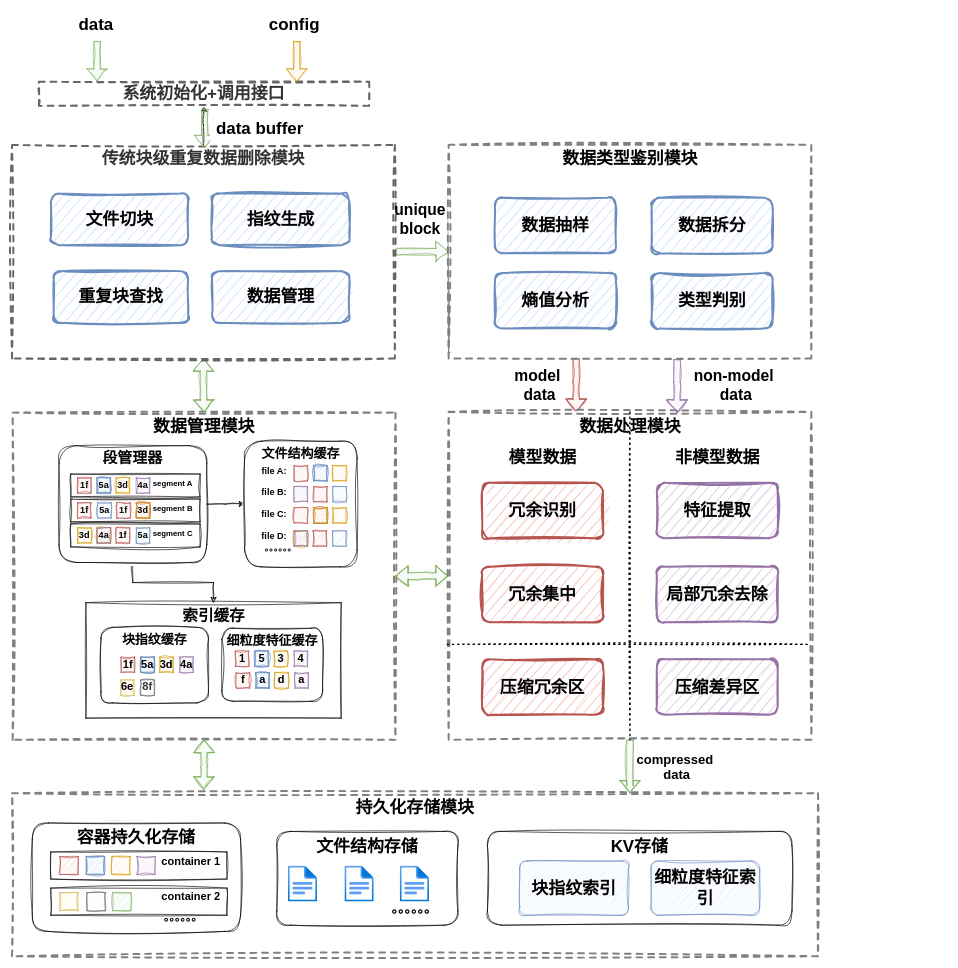
Before: figures/0304细粒度冗余识别的数据缩减系统总体架构.drawio in lucky6six/SJTU-lz, a draw.io diagram. Source tidied: cells renumbered, new cells numbered last; positions are measured from the earlier drawing's top-left corner, leaving out a move shared by most shapes. Both pictures are drawn from the tidied source at 65%, with x=0, y=0 at pixel (12, 11).
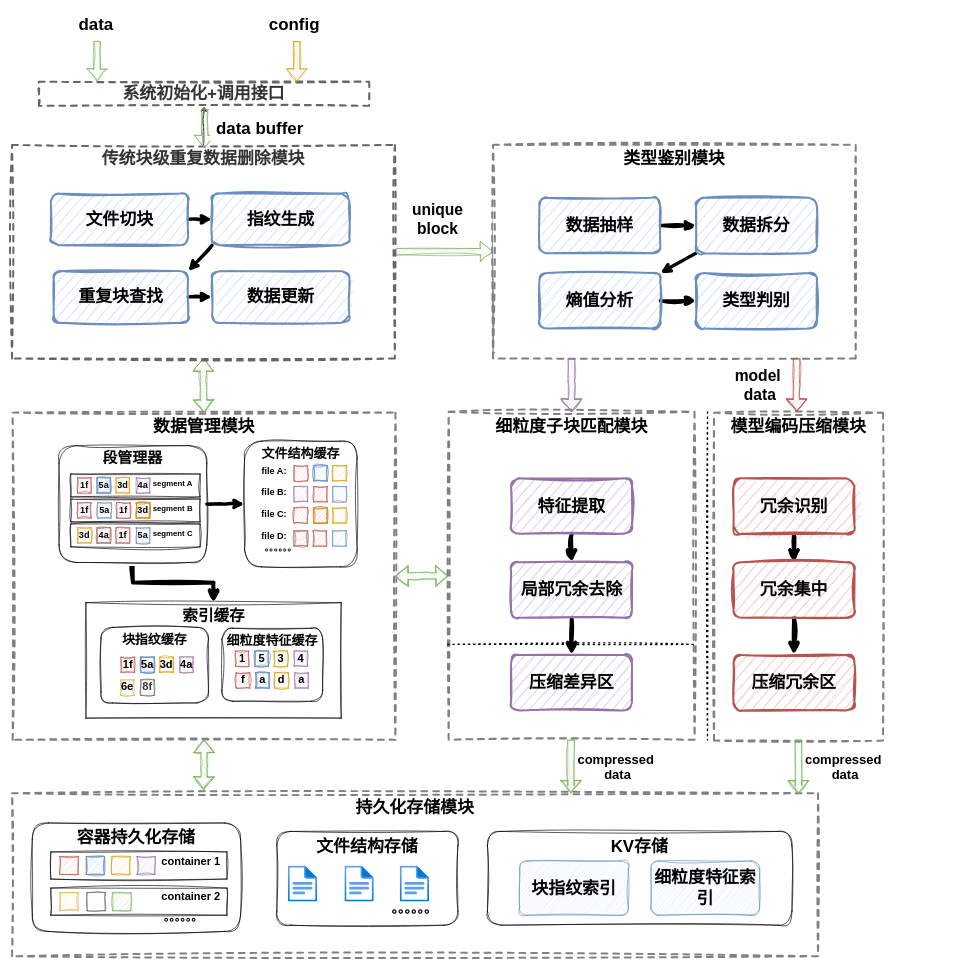
Above is the later version.

Unchanged cells that the change refers to:
```xml
<mxCell id="4" value="索引缓存&lt;div&gt;&lt;br&gt;&lt;/div&gt;" style="rounded=0;whiteSpace=wrap;html=1;verticalAlign=top;fontSize=24;fontStyle=1;sketch=1;curveFitting=1;jiggle=2;" parent="2" vertex="1">
  <mxGeometry x="113.7" y="909.7" width="392.7" height="177.6" as="geometry" />
</mxCell>
<mxCell id="6" value="段管理器" style="rounded=1;whiteSpace=wrap;html=1;verticalAlign=top;fontSize=23;fontStyle=1;sketch=1;curveFitting=1;jiggle=2;" parent="2" vertex="1">
  <mxGeometry x="72.3" y="668.1" width="227.3" height="179.8" as="geometry" />
</mxCell>
<mxCell id="48" value="文件结构缓存" style="rounded=1;whiteSpace=wrap;html=1;verticalAlign=top;fillColor=#FFFFFF;strokeColor=#000000;fontSize=20;fontStyle=1;sketch=1;curveFitting=1;jiggle=2;" parent="2" vertex="1">
  <mxGeometry x="357.8" y="661.3" width="173.1" height="193.3" as="geometry" />
</mxCell>
<mxCell id="73" value="指纹生成" style="rounded=1;whiteSpace=wrap;html=1;fillColor=#dae8fc;strokeColor=#6c8ebf;fillStyle=auto;strokeWidth=3;fontSize=26;fontStyle=1;sketch=1;curveFitting=1;jiggle=2;" parent="2" vertex="1">
  <mxGeometry x="307.7" y="280.3" width="211.2" height="79.5" as="geometry" />
</mxCell>
<mxCell id="74" value="重复块查找" style="rounded=1;whiteSpace=wrap;html=1;fillColor=#dae8fc;strokeColor=#6c8ebf;fillStyle=auto;strokeWidth=3;fontSize=26;fontStyle=1;sketch=1;curveFitting=1;jiggle=2;" parent="2" vertex="1">
  <mxGeometry x="64.1" y="399.6" width="206.9" height="79.5" as="geometry" />
</mxCell>
<mxCell id="75" value="文件切块" style="rounded=1;whiteSpace=wrap;html=1;fillColor=#dae8fc;strokeColor=#6c8ebf;fillStyle=auto;strokeWidth=3;fontSize=26;fontStyle=1;sketch=1;curveFitting=1;jiggle=2;" parent="2" vertex="1">
  <mxGeometry x="59.7" y="280.3" width="211.2" height="79.5" as="geometry" />
</mxCell>
<mxCell id="95" value="持久化存储模块" style="rounded=0;whiteSpace=wrap;html=1;verticalAlign=top;dashed=1;fontSize=26;fontStyle=1;strokeWidth=3;strokeColor=#808080;sketch=1;curveFitting=1;jiggle=2;" parent="2" vertex="1">
  <mxGeometry y="1202.9" width="1240" height="250.8" as="geometry" />
</mxCell>
```

Diff of the diagram source:
```diff
@@
     <mxCell id="2" style="group;sketch=1;curveFitting=1;jiggle=2;" parent="1" vertex="1">
-      <mxGeometry width="1240" height="1453.8" as="geometry" />
+      <mxGeometry width="1438.3" height="1453.8" as="geometry" />
     </mxCell>
+    <mxCell id="134" value="模型编码压缩模块" style="rounded=0;whiteSpace=wrap;html=1;verticalAlign=top;fillColor=#FFFFFF;strokeColor=#808080;strokeWidth=3;fontSize=26;fontStyle=1;dashed=1;sketch=1;curveFitting=1;jiggle=2;" parent="2" vertex="1">
+      <mxGeometry x="1080" y="617.3" width="260" height="504.6" as="geometry" />
+    </mxCell>
@@
-    <mxCell id="5" style="edgeStyle=orthogonalEdgeStyle;rounded=0;jettySize=auto;html=1;exitX=0.5;exitY=1;exitDx=0;exitDy=0;entryX=0.5;entryY=0;entryDx=0;entryDy=0;fontSize=20;fontStyle=1;sketch=1;curveFitting=1;jiggle=2;" parent="2" edge="1" source="6" target="4">
+    <mxCell id="5" style="edgeStyle=orthogonalEdgeStyle;rounded=0;jettySize=auto;html=1;exitX=0.5;exitY=1;exitDx=0;exitDy=0;entryX=0.5;entryY=0;entryDx=0;entryDy=0;fontSize=20;fontStyle=1;sketch=1;curveFitting=1;jiggle=2;strokeWidth=6;" parent="2" edge="1" source="6" target="4">
       <mxGeometry relative="1" as="geometry" />
     </mxCell>
@@
-    <mxCell id="22" style="edgeStyle=orthogonalEdgeStyle;rounded=0;jettySize=auto;html=1;entryX=0;entryY=0.5;entryDx=0;entryDy=0;exitX=1;exitY=0.5;exitDx=0;exitDy=0;sketch=1;curveFitting=1;jiggle=2;" parent="2" edge="1" source="6" target="48">
+    <mxCell id="22" style="edgeStyle=orthogonalEdgeStyle;rounded=0;jettySize=auto;html=1;entryX=0;entryY=0.5;entryDx=0;entryDy=0;exitX=1;exitY=0.5;exitDx=0;exitDy=0;sketch=1;curveFitting=1;jiggle=2;strokeWidth=5;" parent="2" edge="1" source="6" target="48">
       <mxGeometry relative="1" as="geometry" />
     </mxCell>
@@
+    <mxCell id="135" style="rounded=0;jettySize=auto;html=1;exitX=0;exitY=1;exitDx=0;exitDy=0;entryX=1;entryY=0;entryDx=0;entryDy=0;strokeWidth=5;sketch=1;curveFitting=1;jiggle=2;" parent="2" edge="1" source="73" target="74">
+      <mxGeometry relative="1" as="geometry" />
+    </mxCell>
@@
+    <mxCell id="136" style="edgeStyle=orthogonalEdgeStyle;rounded=0;jettySize=auto;html=1;exitX=1;exitY=0.5;exitDx=0;exitDy=0;entryX=0;entryY=0.5;entryDx=0;entryDy=0;strokeWidth=5;sketch=1;curveFitting=1;jiggle=2;" parent="2" edge="1" source="74" target="76">
+      <mxGeometry relative="1" as="geometry" />
+    </mxCell>
@@
+    <mxCell id="137" style="edgeStyle=orthogonalEdgeStyle;rounded=0;jettySize=auto;html=1;exitX=1;exitY=0.5;exitDx=0;exitDy=0;entryX=0;entryY=0.5;entryDx=0;entryDy=0;strokeWidth=5;sketch=1;curveFitting=1;jiggle=2;" parent="2" edge="1" source="75" target="73">
+      <mxGeometry relative="1" as="geometry" />
+    </mxCell>
@@
-    <mxCell id="76" value="数据管理" style="rounded=1;whiteSpace=wrap;html=1;fillColor=#dae8fc;strokeColor=#6c8ebf;fillStyle=auto;strokeWidth=3;fontSize=26;fontStyle=1;sketch=1;curveFitting=1;jiggle=2;" parent="2" vertex="1">
+    <mxCell id="76" value="数据更新" style="rounded=1;whiteSpace=wrap;html=1;fillColor=#dae8fc;strokeColor=#6c8ebf;fillStyle=auto;strokeWidth=3;fontSize=26;fontStyle=1;sketch=1;curveFitting=1;jiggle=2;" parent="2" vertex="1">
       <mxGeometry x="307.7" y="399.6" width="211.2" height="79.5" as="geometry" />
     </mxCell>
     <mxCell id="77" style="group;strokeColor=#808080;fontSize=26;fontStyle=1;dashed=1;dashPattern=1 1;fillColor=default;strokeWidth=2;sketch=1;curveFitting=1;jiggle=2;" parent="2" vertex="1">
-      <mxGeometry x="671.7" y="219.5" width="558" height="305.1" as="geometry" />
+      <mxGeometry x="740" y="219.5" width="558" height="305.1" as="geometry" />
     </mxCell>
@@
-    <mxCell id="79" style="edgeStyle=orthogonalEdgeStyle;rounded=0;jettySize=auto;html=1;shape=flexArrow;fontSize=26;fontStyle=1;fillColor=#f8cecc;strokeColor=#b85450;sketch=1;curveFitting=1;jiggle=2;" parent="2" edge="1" source="80" target="87">
-      <mxGeometry relative="1" as="geometry">
-        <Array as="points">
-          <mxPoint x="868" y="569.2" />
-          <mxPoint x="868" y="569.2" />
-        </Array>
-      </mxGeometry>
-    </mxCell>
-    <mxCell id="80" value="&lt;font&gt;&lt;span&gt;数据类型鉴别模块&lt;/span&gt;&lt;/font&gt;" style="rounded=0;whiteSpace=wrap;html=1;verticalAlign=top;fillColor=#FFFFFF;strokeColor=#808080;strokeWidth=3;fontSize=26;fontStyle=1;dashed=1;sketch=1;curveFitting=1;jiggle=2;" parent="2" vertex="1">
-      <mxGeometry x="671.7" y="205.4" width="558" height="328.6" as="geometry" />
+    <mxCell id="80" value="&lt;font&gt;&lt;span&gt;类型鉴别模块&lt;/span&gt;&lt;/font&gt;" style="rounded=0;whiteSpace=wrap;html=1;verticalAlign=top;fillColor=#FFFFFF;strokeColor=#808080;strokeWidth=3;fontSize=26;fontStyle=1;dashed=1;sketch=1;curveFitting=1;jiggle=2;" parent="2" vertex="1">
+      <mxGeometry x="740" y="205.4" width="558" height="328.6" as="geometry" />
     </mxCell>
+    <mxCell id="138" style="edgeStyle=orthogonalEdgeStyle;rounded=0;jettySize=auto;html=1;exitX=1;exitY=0.5;exitDx=0;exitDy=0;entryX=0;entryY=0.5;entryDx=0;entryDy=0;strokeWidth=5;sketch=1;curveFitting=1;jiggle=2;" parent="2" edge="1" source="81" target="82">
+      <mxGeometry relative="1" as="geometry" />
+    </mxCell>
     <mxCell id="81" value="数据抽样" style="rounded=1;whiteSpace=wrap;html=1;fillColor=#dae8fc;strokeColor=#6c8ebf;strokeWidth=3;fontSize=26;fontStyle=1;sketch=1;curveFitting=1;jiggle=2;" parent="2" vertex="1">
-      <mxGeometry x="743" y="286.6" width="186" height="85.4" as="geometry" />
+      <mxGeometry x="811.3" y="286.6" width="186" height="85.4" as="geometry" />
     </mxCell>
+    <mxCell id="139" style="rounded=0;jettySize=auto;html=1;exitX=0;exitY=1;exitDx=0;exitDy=0;entryX=1;entryY=0;entryDx=0;entryDy=0;strokeWidth=5;sketch=1;curveFitting=1;jiggle=2;" parent="2" edge="1" source="82" target="83">
+      <mxGeometry relative="1" as="geometry" />
+    </mxCell>
     <mxCell id="82" value="数据拆分" style="rounded=1;whiteSpace=wrap;html=1;fillColor=#dae8fc;strokeColor=#6c8ebf;strokeWidth=3;fontSize=26;fontStyle=1;sketch=1;curveFitting=1;jiggle=2;" parent="2" vertex="1">
-      <mxGeometry x="984" y="286.6" width="186" height="85.4" as="geometry" />
+      <mxGeometry x="1052.3" y="286.6" width="186" height="85.4" as="geometry" />
     </mxCell>
+    <mxCell id="140" style="edgeStyle=orthogonalEdgeStyle;rounded=0;jettySize=auto;html=1;exitX=1;exitY=0.5;exitDx=0;exitDy=0;entryX=0;entryY=0.5;entryDx=0;entryDy=0;strokeWidth=5;sketch=1;curveFitting=1;jiggle=2;" parent="2" edge="1" source="83" target="84">
+      <mxGeometry relative="1" as="geometry" />
+    </mxCell>
     <mxCell id="83" value="熵值分析" style="rounded=1;whiteSpace=wrap;html=1;fillColor=#dae8fc;strokeColor=#6c8ebf;strokeWidth=3;fontSize=26;fontStyle=1;sketch=1;curveFitting=1;jiggle=2;" parent="2" vertex="1">
-      <mxGeometry x="743" y="402.5" width="186" height="85.4" as="geometry" />
+      <mxGeometry x="811.3" y="402.5" width="186" height="85.4" as="geometry" />
     </mxCell>
     <mxCell id="84" value="类型判别" style="rounded=1;whiteSpace=wrap;html=1;fillColor=#dae8fc;strokeColor=#6c8ebf;strokeWidth=3;fontSize=26;fontStyle=1;sketch=1;curveFitting=1;jiggle=2;" parent="2" vertex="1">
-      <mxGeometry x="984" y="402.5" width="186" height="85.4" as="geometry" />
+      <mxGeometry x="1052.3" y="402.5" width="186" height="85.4" as="geometry" />
     </mxCell>
@@
-    <mxCell id="86" style="edgeStyle=orthogonalEdgeStyle;rounded=0;jettySize=auto;html=1;shape=flexArrow;fontSize=26;fontStyle=1;fillColor=#d5e8d4;strokeColor=#82b366;sketch=1;curveFitting=1;jiggle=2;" parent="2" edge="1" source="87" target="95">
+    <mxCell id="86" style="edgeStyle=orthogonalEdgeStyle;rounded=0;orthogonalLoop=1;jettySize=auto;html=1;shape=flexArrow;fontSize=26;fontStyle=1;fillColor=#d5e8d4;strokeColor=#82b366;sketch=1;curveFitting=1;jiggle=2;" parent="2" edge="1">
       <mxGeometry relative="1" as="geometry">
+        <mxPoint x="860" y="1120.8" as="sourcePoint" />
+        <mxPoint x="860" y="1202.9" as="targetPoint" />
         <Array as="points">
-          <mxPoint x="950.7" y="1191.2" />
-          <mxPoint x="950.7" y="1191.2" />
+          <mxPoint x="860" y="1191.2" />
+          <mxPoint x="860" y="1191.2" />
         </Array>
       </mxGeometry>
     </mxCell>
-    <mxCell id="87" value="数据处理模块" style="rounded=0;whiteSpace=wrap;html=1;verticalAlign=top;fillColor=#FFFFFF;strokeColor=#808080;strokeWidth=3;fontSize=26;fontStyle=1;dashed=1;sketch=1;curveFitting=1;jiggle=2;" parent="2" vertex="1">
-      <mxGeometry x="671.7" y="616.1" width="558" height="504.6" as="geometry" />
+    <mxCell id="87" value="细粒度子块匹配模块" style="rounded=0;whiteSpace=wrap;html=1;verticalAlign=top;fillColor=#FFFFFF;strokeColor=#808080;strokeWidth=3;fontSize=26;fontStyle=1;dashed=1;sketch=1;curveFitting=1;jiggle=2;" parent="2" vertex="1">
+      <mxGeometry x="671.7" y="616.1" width="378.3" height="504.6" as="geometry" />
     </mxCell>
@@
-    <mxCell id="119" style="endArrow=none;dashed=1;html=1;dashPattern=1 3;strokeWidth=2;rounded=0;fontFamily=Helvetica;fontSize=26;fontColor=default;fontStyle=1;entryX=0.5;entryY=1;entryDx=0;entryDy=0;exitX=0.5;exitY=0;exitDx=0;exitDy=0;sketch=1;curveFitting=1;jiggle=2;" parent="2" edge="1" source="87" target="87">
-      <mxGeometry relative="1" as="geometry" />
+    <mxCell id="119" style="endArrow=none;dashed=1;html=1;dashPattern=1 3;strokeWidth=2;rounded=0;fontFamily=Helvetica;fontSize=26;fontColor=default;fontStyle=1;entryX=0.5;entryY=1;entryDx=0;entryDy=0;exitX=0.5;exitY=0;exitDx=0;exitDy=0;sketch=1;curveFitting=1;jiggle=2;" parent="2" edge="1">
+      <mxGeometry relative="1" as="geometry">
+        <mxPoint x="1070" y="616.1" as="sourcePoint" />
+        <mxPoint x="1070" y="1120.8" as="targetPoint" />
+      </mxGeometry>
     </mxCell>
-    <mxCell id="120" value="模型数据" style="text;html=1;whiteSpace=wrap;strokeColor=none;fillColor=none;align=center;verticalAlign=middle;rounded=0;fontFamily=Helvetica;fontSize=26;fontColor=default;fontStyle=1;sketch=1;curveFitting=1;jiggle=2;" parent="2" vertex="1">
-      <mxGeometry x="752.8" y="668.1" width="127.1" height="35.2" as="geometry" />
-    </mxCell>
-    <mxCell id="121" value="非模型数据" style="text;html=1;whiteSpace=wrap;strokeColor=none;fillColor=none;align=center;verticalAlign=middle;rounded=0;fontFamily=Helvetica;fontSize=26;fontColor=default;fontStyle=1;sketch=1;curveFitting=1;jiggle=2;" parent="2" vertex="1">
-      <mxGeometry x="1007.5" y="668.1" width="155" height="35.2" as="geometry" />
-    </mxCell>
+    <mxCell id="128" style="endArrow=none;dashed=1;html=1;dashPattern=1 3;strokeWidth=2;rounded=0;fontFamily=Helvetica;fontSize=26;fontColor=default;fontStyle=1;entryX=0.996;entryY=0.709;entryDx=0;entryDy=0;exitX=-0.004;exitY=0.709;exitDx=0;exitDy=0;exitPerimeter=0;entryPerimeter=0;sketch=1;curveFitting=1;jiggle=2;" parent="2" edge="1" source="87" target="87">
+      <mxGeometry relative="1" as="geometry" />
+    </mxCell>
+    <mxCell id="129" value="unique&lt;br&gt;block" style="text;html=1;whiteSpace=wrap;strokeColor=none;fillColor=none;align=center;verticalAlign=middle;rounded=0;fontFamily=Helvetica;fontSize=24;fontColor=default;fontStyle=1;sketch=1;curveFitting=1;jiggle=2;" parent="2" vertex="1">
+      <mxGeometry x="624.1" y="302.5" width="62" height="35.2" as="geometry" />
+    </mxCell>
+    <mxCell id="132" style="edgeStyle=orthogonalEdgeStyle;rounded=0;orthogonalLoop=1;jettySize=auto;html=1;shape=flexArrow;fontSize=26;fontStyle=1;fillColor=#e1d5e7;strokeColor=#9673a6;sketch=1;curveFitting=1;jiggle=2;" parent="2" edge="1">
+      <mxGeometry relative="1" as="geometry">
+        <mxPoint x="860.5" y="534" as="sourcePoint" />
+        <mxPoint x="860.5" y="616.1" as="targetPoint" />
+        <Array as="points">
+          <mxPoint x="860.5" y="569.2" />
+          <mxPoint x="860.5" y="569.2" />
+        </Array>
+      </mxGeometry>
+    </mxCell>
+    <mxCell id="133" value="compressed&amp;nbsp;&lt;br&gt;data" style="text;html=1;whiteSpace=wrap;strokeColor=none;fillColor=none;align=center;verticalAlign=middle;rounded=0;fontFamily=Helvetica;fontSize=20;fontColor=default;fontStyle=1;sketch=1;curveFitting=1;jiggle=2;" parent="2" vertex="1">
+      <mxGeometry x="870.3" y="1144.2" width="124" height="35.2" as="geometry" />
+    </mxCell>
+    <mxCell id="141" style="edgeStyle=orthogonalEdgeStyle;rounded=0;jettySize=auto;html=1;exitX=0.5;exitY=1;exitDx=0;exitDy=0;entryX=0.5;entryY=0;entryDx=0;entryDy=0;strokeWidth=6;sketch=1;curveFitting=1;jiggle=2;" parent="2" edge="1" source="125" target="126">
+      <mxGeometry relative="1" as="geometry" />
+    </mxCell>
+    <mxCell id="125" value="特征提取" style="rounded=1;whiteSpace=wrap;html=1;fillColor=#e1d5e7;strokeColor=#9673a6;strokeWidth=3;fontSize=26;fontStyle=1;sketch=1;curveFitting=1;jiggle=2;" parent="2" vertex="1">
+      <mxGeometry x="767.8" y="718.4" width="186" height="85.4" as="geometry" />
+    </mxCell>
+    <mxCell id="142" style="edgeStyle=orthogonalEdgeStyle;rounded=0;jettySize=auto;html=1;exitX=0.5;exitY=1;exitDx=0;exitDy=0;entryX=0.5;entryY=0;entryDx=0;entryDy=0;strokeWidth=6;sketch=1;curveFitting=1;jiggle=2;" parent="2" edge="1" source="126" target="127">
+      <mxGeometry relative="1" as="geometry" />
+    </mxCell>
+    <mxCell id="126" value="局部冗余去除" style="rounded=1;whiteSpace=wrap;html=1;fillColor=#e1d5e7;strokeColor=#9673a6;strokeWidth=3;fontSize=26;fontStyle=1;sketch=1;curveFitting=1;jiggle=2;" parent="2" vertex="1">
+      <mxGeometry x="767.8" y="847.6" width="186" height="85.4" as="geometry" />
+    </mxCell>
+    <mxCell id="127" value="压缩差异区" style="rounded=1;whiteSpace=wrap;html=1;fillColor=#e1d5e7;strokeColor=#9673a6;strokeWidth=3;fontSize=26;fontStyle=1;sketch=1;curveFitting=1;jiggle=2;" parent="2" vertex="1">
+      <mxGeometry x="767.8" y="990.1" width="186" height="85.4" as="geometry" />
+    </mxCell>
+    <mxCell id="143" style="edgeStyle=orthogonalEdgeStyle;rounded=0;orthogonalLoop=1;jettySize=auto;html=1;shape=flexArrow;fontSize=26;fontStyle=1;fillColor=#f8cecc;strokeColor=#b85450;sketch=1;curveFitting=1;jiggle=2;" parent="2" edge="1">
+      <mxGeometry relative="1" as="geometry">
+        <mxPoint x="1207" y="534.1" as="sourcePoint" />
+        <mxPoint x="1207" y="616.1" as="targetPoint" />
+        <Array as="points">
+          <mxPoint x="1207" y="569.3" />
+          <mxPoint x="1207" y="569.3" />
+        </Array>
+      </mxGeometry>
+    </mxCell>
+    <mxCell id="130" value="model&amp;nbsp;&lt;br&gt;data" style="text;html=1;whiteSpace=wrap;strokeColor=none;fillColor=none;align=center;verticalAlign=middle;rounded=0;fontFamily=Helvetica;fontSize=24;fontColor=default;fontStyle=1;sketch=1;curveFitting=1;jiggle=2;" parent="2" vertex="1">
+      <mxGeometry x="1120" y="557.6" width="62" height="35.2" as="geometry" />
+    </mxCell>
+    <mxCell id="144" style="edgeStyle=orthogonalEdgeStyle;rounded=0;jettySize=auto;html=1;exitX=0.5;exitY=1;exitDx=0;exitDy=0;entryX=0.5;entryY=0;entryDx=0;entryDy=0;strokeWidth=6;sketch=1;curveFitting=1;jiggle=2;" parent="2" edge="1" source="122" target="123">
+      <mxGeometry relative="1" as="geometry" />
+    </mxCell>
     <mxCell id="122" value="冗余识别" style="rounded=1;whiteSpace=wrap;html=1;fillColor=#f8cecc;strokeColor=#b85450;strokeWidth=3;fontSize=26;fontStyle=1;sketch=1;curveFitting=1;jiggle=2;" parent="2" vertex="1">
-      <mxGeometry x="723.3" y="725.1" width="186" height="85.4" as="geometry" />
+      <mxGeometry x="1110" y="718.4" width="186" height="85.4" as="geometry" />
     </mxCell>
+    <mxCell id="145" style="edgeStyle=orthogonalEdgeStyle;rounded=0;jettySize=auto;html=1;exitX=0.5;exitY=1;exitDx=0;exitDy=0;entryX=0.5;entryY=0;entryDx=0;entryDy=0;strokeWidth=6;sketch=1;curveFitting=1;jiggle=2;" parent="2" edge="1" source="123" target="124">
+      <mxGeometry relative="1" as="geometry" />
+    </mxCell>
     <mxCell id="123" value="冗余集中" style="rounded=1;whiteSpace=wrap;html=1;fillColor=#f8cecc;strokeColor=#b85450;strokeWidth=3;fontSize=26;fontStyle=1;sketch=1;curveFitting=1;jiggle=2;" parent="2" vertex="1">
-      <mxGeometry x="723.3" y="854.4" width="186" height="85.4" as="geometry" />
+      <mxGeometry x="1110" y="847.6" width="186" height="85.4" as="geometry" />
     </mxCell>
     <mxCell id="124" value="压缩冗余区" style="rounded=1;whiteSpace=wrap;html=1;fillColor=#f8cecc;strokeColor=#b85450;strokeWidth=3;fontSize=26;fontStyle=1;sketch=1;curveFitting=1;jiggle=2;" parent="2" vertex="1">
-      <mxGeometry x="723.3" y="996.8" width="186" height="85.4" as="geometry" />
+      <mxGeometry x="1110" y="990.1" width="186" height="85.4" as="geometry" />
     </mxCell>
-    <mxCell id="125" value="特征提取" style="rounded=1;whiteSpace=wrap;html=1;fillColor=#e1d5e7;strokeColor=#9673a6;strokeWidth=3;fontSize=26;fontStyle=1;sketch=1;curveFitting=1;jiggle=2;" parent="2" vertex="1">
-      <mxGeometry x="992" y="725.1" width="186" height="85.4" as="geometry" />
-    </mxCell>
-    <mxCell id="126" value="局部冗余去除" style="rounded=1;whiteSpace=wrap;html=1;fillColor=#e1d5e7;strokeColor=#9673a6;strokeWidth=3;fontSize=26;fontStyle=1;sketch=1;curveFitting=1;jiggle=2;" parent="2" vertex="1">
-      <mxGeometry x="992" y="854.4" width="186" height="85.4" as="geometry" />
-    </mxCell>
-    <mxCell id="127" value="压缩差异区" style="rounded=1;whiteSpace=wrap;html=1;fillColor=#e1d5e7;strokeColor=#9673a6;strokeWidth=3;fontSize=26;fontStyle=1;sketch=1;curveFitting=1;jiggle=2;" parent="2" vertex="1">
-      <mxGeometry x="992" y="996.8" width="186" height="85.4" as="geometry" />
-    </mxCell>
-    <mxCell id="128" style="endArrow=none;dashed=1;html=1;dashPattern=1 3;strokeWidth=2;rounded=0;fontFamily=Helvetica;fontSize=26;fontColor=default;fontStyle=1;entryX=0.996;entryY=0.709;entryDx=0;entryDy=0;exitX=-0.004;exitY=0.709;exitDx=0;exitDy=0;exitPerimeter=0;entryPerimeter=0;sketch=1;curveFitting=1;jiggle=2;" parent="2" edge="1" source="87" target="87">
-      <mxGeometry relative="1" as="geometry" />
-    </mxCell>
-    <mxCell id="129" value="unique&lt;br&gt;block" style="text;html=1;whiteSpace=wrap;strokeColor=none;fillColor=none;align=center;verticalAlign=middle;rounded=0;fontFamily=Helvetica;fontSize=24;fontColor=default;fontStyle=1;sketch=1;curveFitting=1;jiggle=2;" parent="2" vertex="1">
-      <mxGeometry x="597" y="302.5" width="62" height="35.2" as="geometry" />
-    </mxCell>
-    <mxCell id="130" value="model&amp;nbsp;&lt;br&gt;data" style="text;html=1;whiteSpace=wrap;strokeColor=none;fillColor=none;align=center;verticalAlign=middle;rounded=0;fontFamily=Helvetica;fontSize=24;fontColor=default;fontStyle=1;sketch=1;curveFitting=1;jiggle=2;" parent="2" vertex="1">
-      <mxGeometry x="781" y="557.4" width="62" height="35.2" as="geometry" />
-    </mxCell>
-    <mxCell id="131" value="non-model&amp;nbsp;&lt;br&gt;data" style="text;html=1;whiteSpace=wrap;strokeColor=none;fillColor=none;align=center;verticalAlign=middle;rounded=0;fontFamily=Helvetica;fontSize=24;fontColor=default;fontStyle=1;sketch=1;curveFitting=1;jiggle=2;" parent="2" vertex="1">
-      <mxGeometry x="1038.5" y="557.4" width="149.8" height="35.2" as="geometry" />
-    </mxCell>
-    <mxCell id="132" style="edgeStyle=orthogonalEdgeStyle;rounded=0;orthogonalLoop=1;jettySize=auto;html=1;shape=flexArrow;fontSize=26;fontStyle=1;fillColor=#e1d5e7;strokeColor=#9673a6;sketch=1;curveFitting=1;jiggle=2;" parent="2" edge="1">
-      <mxGeometry relative="1" as="geometry">
-        <mxPoint x="1023" y="535.1" as="sourcePoint" />
-        <mxPoint x="1023" y="617.3" as="targetPoint" />
-        <Array as="points">
-          <mxPoint x="1023" y="570.4" />
-          <mxPoint x="1023" y="570.4" />
-        </Array>
-      </mxGeometry>
-    </mxCell>
-    <mxCell id="133" value="compressed&amp;nbsp;&lt;br&gt;data" style="text;html=1;whiteSpace=wrap;strokeColor=none;fillColor=none;align=center;verticalAlign=middle;rounded=0;fontFamily=Helvetica;fontSize=20;fontColor=default;fontStyle=1;sketch=1;curveFitting=1;jiggle=2;" parent="2" vertex="1">
-      <mxGeometry x="961" y="1144.2" width="124" height="35.2" as="geometry" />
-    </mxCell>
+    <mxCell id="146" style="edgeStyle=orthogonalEdgeStyle;rounded=0;orthogonalLoop=1;jettySize=auto;html=1;shape=flexArrow;fontSize=26;fontStyle=1;fillColor=#d5e8d4;strokeColor=#82b366;sketch=1;curveFitting=1;jiggle=2;" parent="2" edge="1">
+      <mxGeometry relative="1" as="geometry">
+        <mxPoint x="1210" y="1120.8" as="sourcePoint" />
+        <mxPoint x="1210" y="1202.9" as="targetPoint" />
+        <Array as="points">
+          <mxPoint x="1210" y="1191.2" />
+          <mxPoint x="1210" y="1191.2" />
+        </Array>
+      </mxGeometry>
+    </mxCell>
+    <mxCell id="147" value="compressed&amp;nbsp;&lt;br&gt;data" style="text;html=1;whiteSpace=wrap;strokeColor=none;fillColor=none;align=center;verticalAlign=middle;rounded=0;fontFamily=Helvetica;fontSize=20;fontColor=default;fontStyle=1;sketch=1;curveFitting=1;jiggle=2;" parent="2" vertex="1">
+      <mxGeometry x="1220.3" y="1144.2" width="124" height="35.2" as="geometry" />
+    </mxCell>
```
